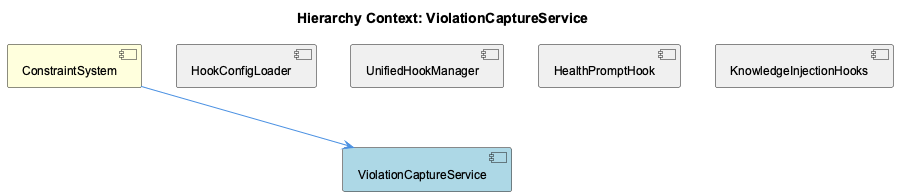
fwornle/coding keeps this PlantUML diagram as knowledge-management/insights/images/violation-capture-service-relationship.png. Above is the earlier version.
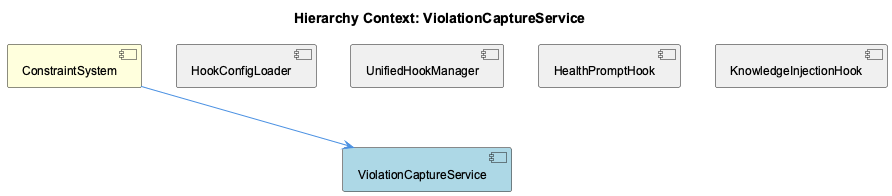
After the commit.

The edit, as a diff of the source:
```diff
@@ -8,12 +8,12 @@
 [HookConfigLoader] as hook_config_loader #F0F0F0
 [UnifiedHookManager] as unified_hook_manager #F0F0F0
 [HealthPromptHook] as health_prompt_hook #F0F0F0
-[KnowledgeInjectionHooks] as knowledge_injection_hooks #F0F0F0
+[KnowledgeInjectionHook] as knowledge_injection_hook #F0F0F0
 
 constraint_system --> violation_capture_service
 hook_config_loader -[hidden]- violation_capture_service
 unified_hook_manager -[hidden]- violation_capture_service
 health_prompt_hook -[hidden]- violation_capture_service
-knowledge_injection_hooks -[hidden]- violation_capture_service
+knowledge_injection_hook -[hidden]- violation_capture_service
 
 @enduml
```
